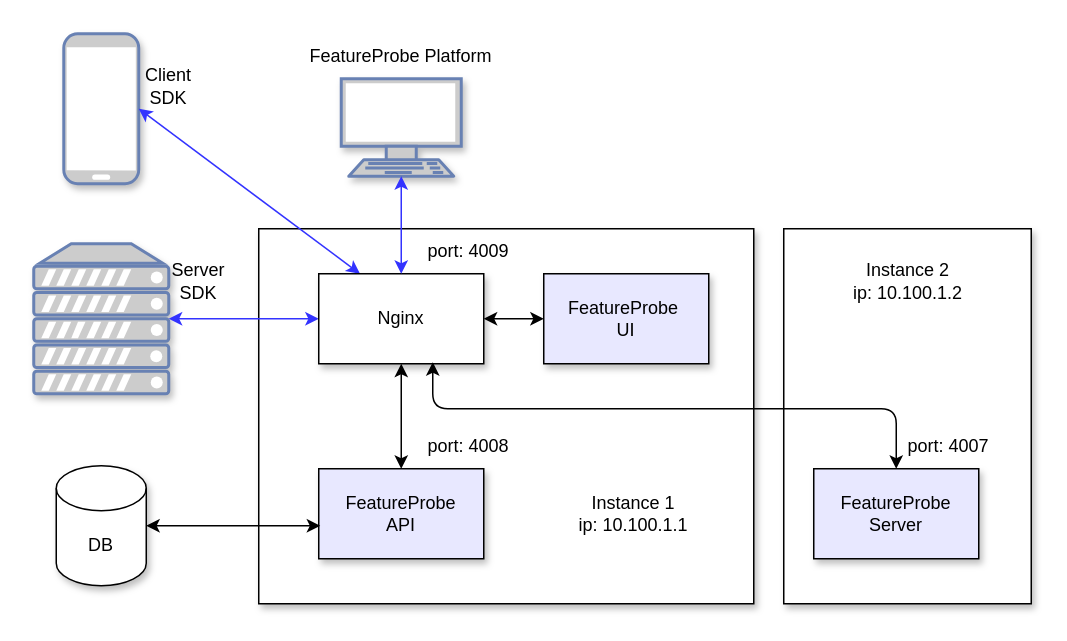
Before: page "第 2 页" (2 of 2) of pictures/featureprobe_deploy.drawio in FeatureProbe/feature-probe-docs, a draw.io diagram. Source tidied: cells renumbered, new cells numbered last; positions are measured from the earlier drawing's top-left corner, leaving out a move shared by most shapes. Both pictures are drawn from the tidied source at 150%, with x=0, y=0 at pixel (33, 33).
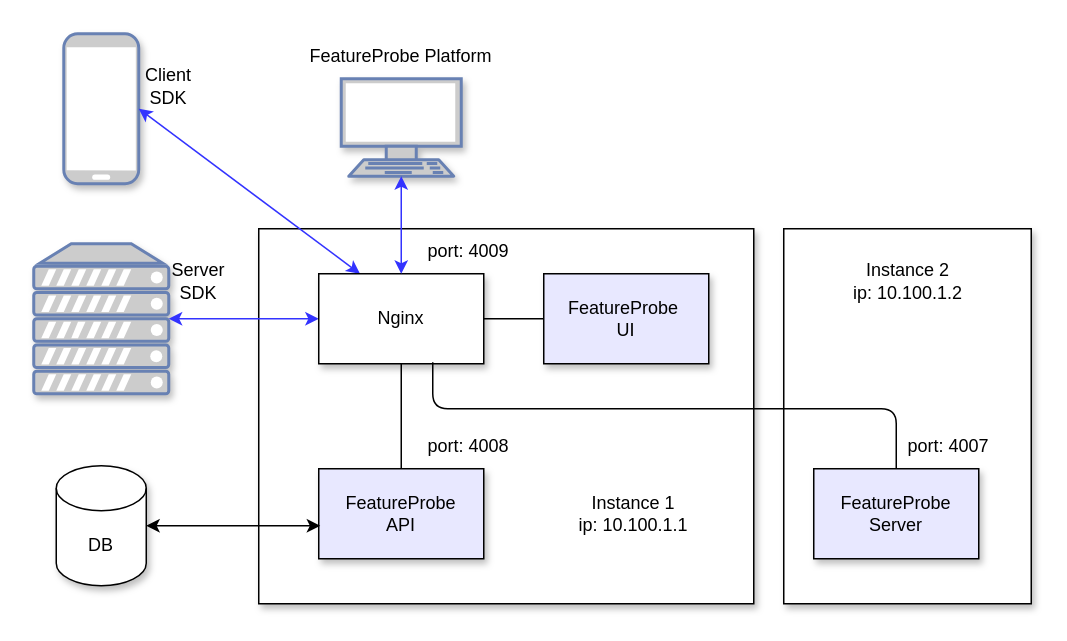
The same page after the edit.

The change refers to these unchanged cells:
```xml
<mxCell id="4" value="FeatureProbe&lt;br&gt;Server" style="whiteSpace=wrap;html=1;fillColor=#E8E8FF;shadow=1;" parent="1" vertex="1">
  <mxGeometry x="520" y="290" width="110" height="60" as="geometry" />
</mxCell>
<mxCell id="5" value="FeatureProbe &lt;br&gt;API" style="whiteSpace=wrap;html=1;fillColor=#E8E8FF;shadow=1;" parent="1" vertex="1">
  <mxGeometry x="190" y="290" width="110" height="60" as="geometry" />
</mxCell>
<mxCell id="6" value="FeatureProbe&amp;nbsp;&lt;br&gt;UI" style="whiteSpace=wrap;html=1;fillColor=#E8E8FF;shadow=1;" parent="1" vertex="1">
  <mxGeometry x="340" y="160" width="110" height="60" as="geometry" />
</mxCell>
<mxCell id="18" value="Nginx" style="whiteSpace=wrap;html=1;fillColor=#FFFFFF;shadow=1;" parent="1" vertex="1">
  <mxGeometry x="190" y="160" width="110" height="60" as="geometry" />
</mxCell>
```

What changed in the source:
```diff
@@
-    <mxCell id="14" style="endArrow=classic;startArrow=classic;html=1;strokeColor=#000000;fillColor=#FFFFFF;entryX=1;entryY=0.5;entryDx=0;entryDy=0;" parent="1" edge="1" source="6" target="18">
+    <mxCell id="14" style="endArrow=none;startArrow=none;html=1;strokeColor=#000000;fillColor=#FFFFFF;entryX=1;entryY=0.5;entryDx=0;entryDy=0;startFill=0;endFill=0;" parent="1" edge="1" source="6" target="18">
       <mxGeometry relative="1" as="geometry" />
     </mxCell>
@@
-    <mxCell id="19" style="endArrow=classic;startArrow=classic;html=1;strokeColor=#000000;fillColor=#FFFFFF;entryX=0.5;entryY=1;entryDx=0;entryDy=0;exitX=0.5;exitY=0;exitDx=0;exitDy=0;" parent="1" edge="1" source="5" target="18">
+    <mxCell id="19" style="endArrow=none;startArrow=none;html=1;strokeColor=#000000;fillColor=#FFFFFF;entryX=0.5;entryY=1;entryDx=0;entryDy=0;exitX=0.5;exitY=0;exitDx=0;exitDy=0;startFill=0;endFill=0;" parent="1" edge="1" source="5" target="18">
       <mxGeometry relative="1" as="geometry" />
     </mxCell>
@@
-    <mxCell id="24" style="endArrow=classic;startArrow=classic;html=1;strokeColor=#000000;fillColor=#FFFFFF;exitX=0.691;exitY=0.983;exitDx=0;exitDy=0;entryX=0.5;entryY=0;entryDx=0;entryDy=0;exitPerimeter=0;" parent="1" edge="1" source="18" target="4">
+    <mxCell id="24" style="endArrow=none;startArrow=none;html=1;strokeColor=#000000;fillColor=#FFFFFF;exitX=0.691;exitY=0.983;exitDx=0;exitDy=0;entryX=0.5;entryY=0;entryDx=0;entryDy=0;exitPerimeter=0;startFill=0;endFill=0;" parent="1" edge="1" source="18" target="4">
       <mxGeometry relative="1" as="geometry">
         <Array as="points">
           <mxPoint x="266" y="250" />
           <mxPoint x="575" y="250" />
         </Array>
       </mxGeometry>
     </mxCell>
```
